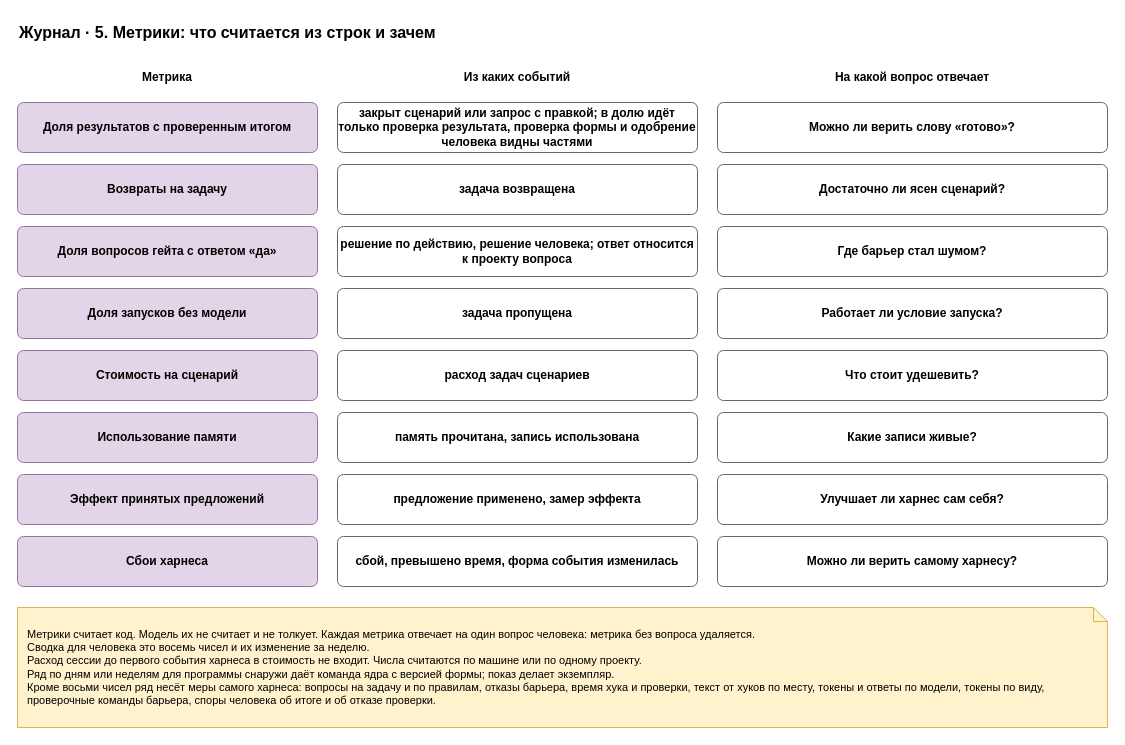
This is page "5. Метрики" (5 of 6) of docs/spec/harness-journal.drawio from roygkov/reins, a draw.io file, before an edit. Source tidied: cells renumbered, new cells numbered last; positions are measured from the earlier drawing's top-left corner, leaving out a move shared by most shapes. Both pictures are drawn from the tidied source at 100%, with x=0, y=0 at pixel (17, 17).
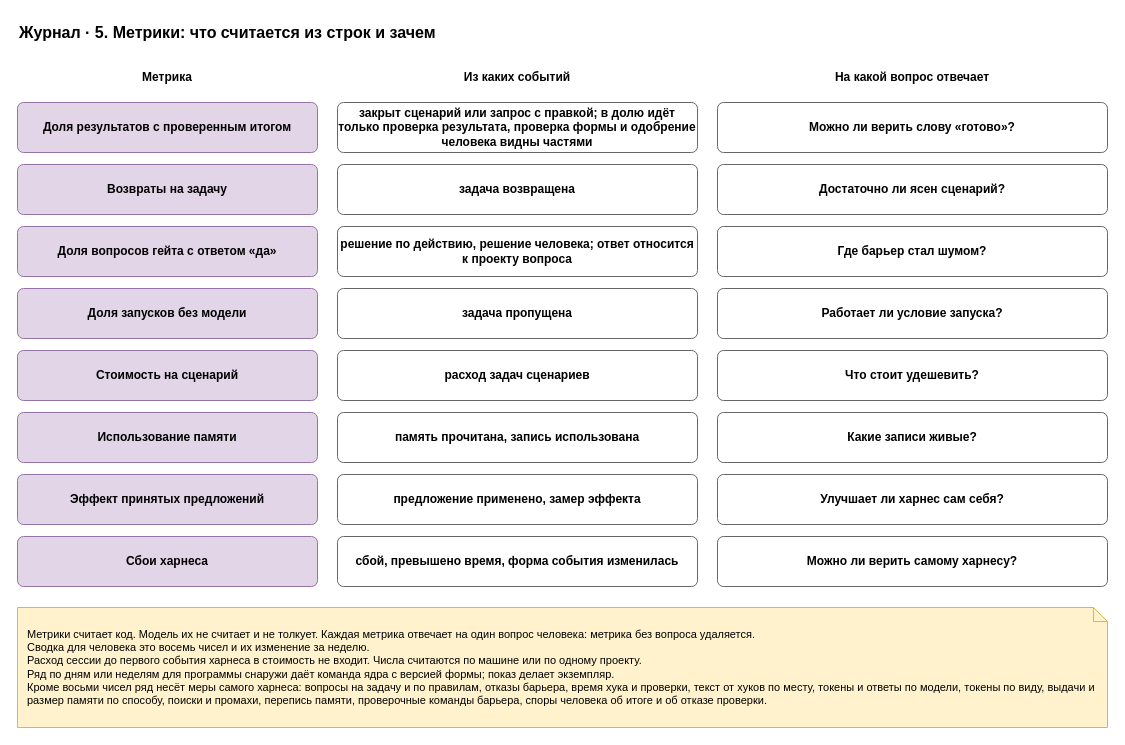
After the change.

What changed in the source:
```diff
@@
-    <mxCell id="30" value="Метрики считает код. Модель их не считает и не толкует. Каждая метрика отвечает на один вопрос человека: метрика без вопроса удаляется.&lt;br&gt;Сводка для человека это восемь чисел и их изменение за неделю.&lt;br&gt;Расход сессии до первого события харнеса в стоимость не входит. Числа считаются по машине или по одному проекту.&lt;br&gt;Ряд по дням или неделям для программы снаружи даёт команда ядра с версией формы; показ делает экземпляр.&lt;br&gt;Кроме восьми чисел ряд несёт меры самого харнеса: вопросы на задачу и по правилам, отказы барьера, время хука и проверки, текст от хуков по месту, токены и ответы по модели, токены по виду, проверочные команды барьера, споры человека об итоге и об отказе проверки." style="shape=note;whiteSpace=wrap;html=1;backgroundOutline=1;size=14;fillColor=#fff2cc;strokeColor=#d6b656;align=left;spacingLeft=8;spacingRight=8;fontSize=11;" parent="1" vertex="1">
+    <mxCell id="30" value="Метрики считает код. Модель их не считает и не толкует. Каждая метрика отвечает на один вопрос человека: метрика без вопроса удаляется.&lt;br&gt;Сводка для человека это восемь чисел и их изменение за неделю.&lt;br&gt;Расход сессии до первого события харнеса в стоимость не входит. Числа считаются по машине или по одному проекту.&lt;br&gt;Ряд по дням или неделям для программы снаружи даёт команда ядра с версией формы; показ делает экземпляр.&lt;br&gt;Кроме восьми чисел ряд несёт меры самого харнеса: вопросы на задачу и по правилам, отказы барьера, время хука и проверки, текст от хуков по месту, токены и ответы по модели, токены по виду, выдачи и размер памяти по способу, поиски и промахи, перепись памяти, проверочные команды барьера, споры человека об итоге и об отказе проверки." style="shape=note;whiteSpace=wrap;html=1;backgroundOutline=1;size=14;fillColor=#fff2cc;strokeColor=#d6b656;align=left;spacingLeft=8;spacingRight=8;fontSize=11;" parent="1" vertex="1">
       <mxGeometry y="590" width="1090" height="120" as="geometry" />
     </mxCell>
```
